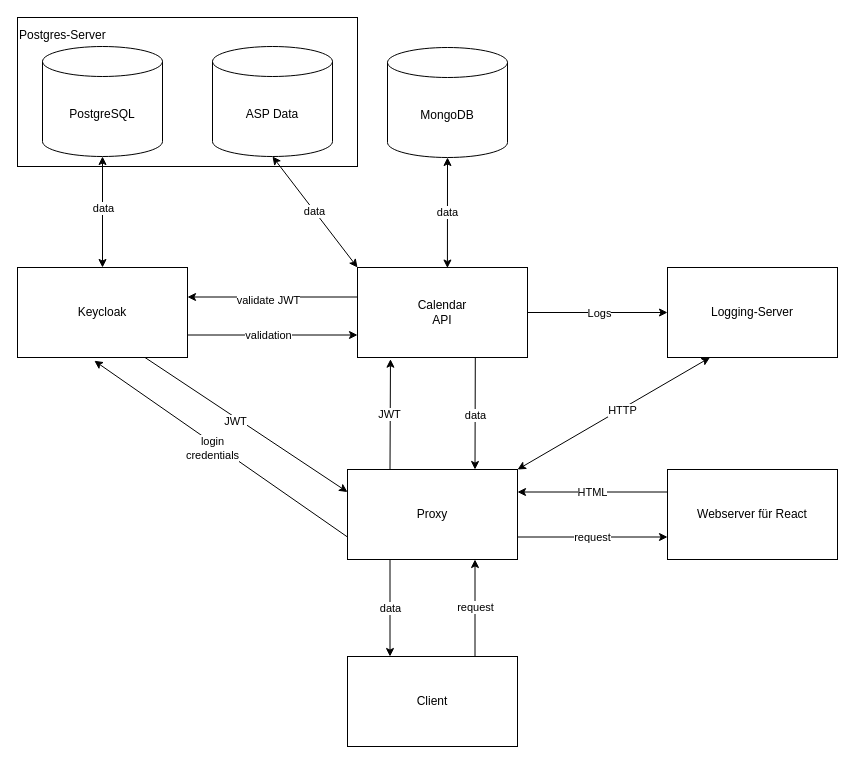
Before: docu/diagrams/LectureCalendarComponentDiagram.drawio in mhummel-artiso/lecture-calendar, a draw.io diagram. Source tidied: cells renumbered, new cells numbered last; positions are measured from the earlier drawing's top-left corner, leaving out a move shared by most shapes. Both pictures are drawn from the tidied source at 100%, with x=0, y=0 at pixel (17, 17).
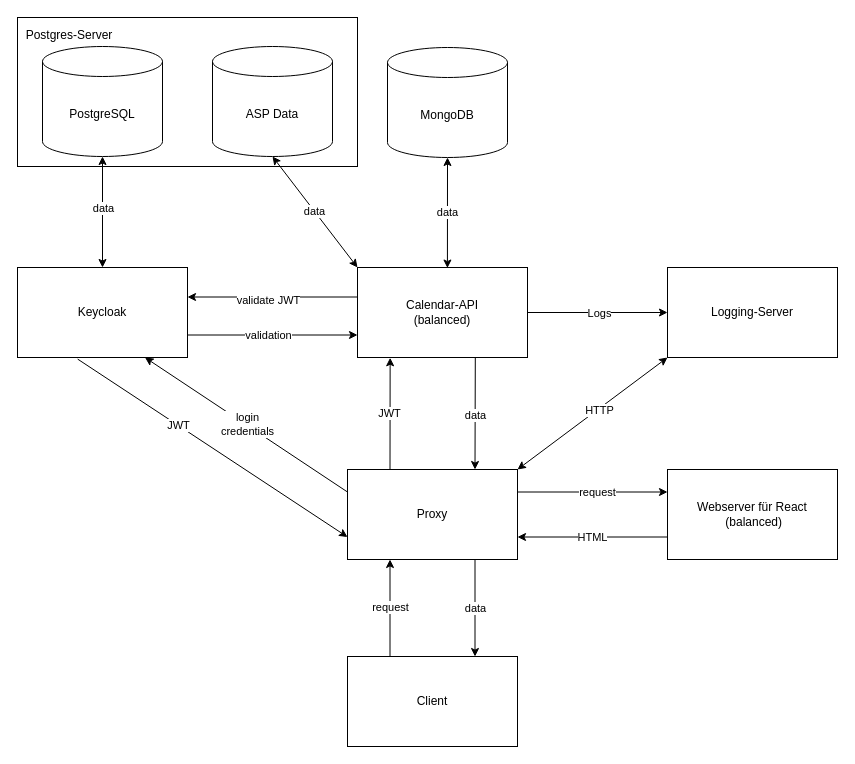
Above is the later version.

Commit message:
Component diagram edited

Unchanged cells that the change refers to:
```xml
<mxCell id="20" value="Keycloak" style="rounded=0;whiteSpace=wrap;html=1;" parent="1" vertex="1">
  <mxGeometry y="250" width="170" height="90" as="geometry" />
</mxCell>
<mxCell id="27" value="Proxy" style="rounded=0;whiteSpace=wrap;html=1;" parent="1" vertex="1">
  <mxGeometry x="330" y="452" width="170" height="90" as="geometry" />
</mxCell>
<mxCell id="30" value="Logging-Server" style="rounded=0;whiteSpace=wrap;html=1;" parent="1" vertex="1">
  <mxGeometry x="650" y="250" width="170" height="90" as="geometry" />
</mxCell>
<mxCell id="33" value="Client" style="rounded=0;whiteSpace=wrap;html=1;" parent="1" vertex="1">
  <mxGeometry x="330" y="639" width="170" height="90" as="geometry" />
</mxCell>
```

What changed in the source:
```diff
@@
-    <mxCell id="2" value="Postgres-Server&lt;br&gt;&lt;br&gt;&lt;br&gt;&lt;br&gt;&lt;br&gt;&lt;br&gt;&lt;br&gt;&lt;br&gt;&lt;br&gt;" style="rounded=0;whiteSpace=wrap;html=1;align=left;" parent="1" vertex="1">
+    <mxCell id="2" value="&amp;nbsp; Postgres-Server&lt;br&gt;&lt;br&gt;&lt;br&gt;&lt;br&gt;&lt;br&gt;&lt;br&gt;&lt;br&gt;&lt;br&gt;&lt;br&gt;" style="rounded=0;whiteSpace=wrap;html=1;align=left;" parent="1" vertex="1">
       <mxGeometry width="340" height="149" as="geometry" />
     </mxCell>
@@
-    <mxCell id="13" value="Calendar&lt;br&gt;API" style="rounded=0;whiteSpace=wrap;html=1;" parent="1" vertex="1">
+    <mxCell id="13" value="Calendar-API &lt;br&gt;(balanced)" style="rounded=0;whiteSpace=wrap;html=1;" parent="1" vertex="1">
       <mxGeometry x="340" y="250" width="170" height="90" as="geometry" />
     </mxCell>
@@
-    <mxCell id="16" style="edgeStyle=none;shape=connector;rounded=0;jettySize=auto;html=1;exitX=0.75;exitY=1;exitDx=0;exitDy=0;labelBackgroundColor=default;strokeColor=default;fontFamily=Helvetica;fontSize=11;fontColor=default;endArrow=classic;entryX=0;entryY=0.25;entryDx=0;entryDy=0;" parent="1" edge="1" source="20" target="27">
+    <mxCell id="16" style="edgeStyle=none;shape=connector;rounded=0;jettySize=auto;html=1;exitX=0.354;exitY=1.018;exitDx=0;exitDy=0;labelBackgroundColor=default;strokeColor=default;fontFamily=Helvetica;fontSize=11;fontColor=default;endArrow=classic;entryX=0;entryY=0.75;entryDx=0;entryDy=0;exitPerimeter=0;" parent="1" edge="1" source="20" target="27">
       <mxGeometry relative="1" as="geometry" />
     </mxCell>
     <mxCell id="17" value="JWT" style="edgeLabel;html=1;align=center;verticalAlign=middle;fontSize=11;fontFamily=Helvetica;fontColor=default;" parent="16" vertex="1">
       <mxGeometry x="-0.26" y="-3" relative="1" as="geometry">
-        <mxPoint x="17" y="11" as="offset" />
+        <mxPoint x="2" y="-3" as="offset" />
       </mxGeometry>
     </mxCell>
@@
-    <mxCell id="21" style="rounded=0;jettySize=auto;html=1;entryX=0.452;entryY=1.036;entryDx=0;entryDy=0;exitX=0;exitY=0.75;exitDx=0;exitDy=0;entryPerimeter=0;" parent="1" edge="1" source="27" target="20">
+    <mxCell id="21" style="rounded=0;jettySize=auto;html=1;entryX=0.75;entryY=1;entryDx=0;entryDy=0;exitX=0;exitY=0.25;exitDx=0;exitDy=0;" parent="1" edge="1" source="27" target="20">
       <mxGeometry relative="1" as="geometry" />
     </mxCell>
     <mxCell id="22" value="login&lt;br&gt;credentials" style="edgeLabel;html=1;align=center;verticalAlign=middle;fontSize=11;fontFamily=Helvetica;fontColor=default;" parent="21" vertex="1">
       <mxGeometry x="0.03" y="-2" relative="1" as="geometry">
-        <mxPoint x="-6" y="3" as="offset" />
+        <mxPoint x="3" y="3" as="offset" />
       </mxGeometry>
     </mxCell>
-    <mxCell id="23" style="edgeStyle=none;shape=connector;rounded=0;jettySize=auto;html=1;entryX=0.194;entryY=1.019;entryDx=0;entryDy=0;labelBackgroundColor=default;strokeColor=default;fontFamily=Helvetica;fontSize=11;fontColor=default;endArrow=classic;entryPerimeter=0;exitX=0.25;exitY=0;exitDx=0;exitDy=0;" parent="1" edge="1" source="27" target="13">
+    <mxCell id="23" style="edgeStyle=none;shape=connector;rounded=0;jettySize=auto;html=1;entryX=0.192;entryY=1.003;entryDx=0;entryDy=0;labelBackgroundColor=default;strokeColor=default;fontFamily=Helvetica;fontSize=11;fontColor=default;endArrow=classic;entryPerimeter=0;exitX=0.25;exitY=0;exitDx=0;exitDy=0;" parent="1" edge="1" source="27" target="13">
       <mxGeometry relative="1" as="geometry" />
     </mxCell>
@@
-    <mxCell id="25" value="data" style="edgeStyle=none;html=1;exitX=0.25;exitY=1;exitDx=0;exitDy=0;entryX=0.25;entryY=0;entryDx=0;entryDy=0;" parent="1" edge="1" source="27" target="33">
+    <mxCell id="25" value="data" style="edgeStyle=none;html=1;exitX=0.75;exitY=1;exitDx=0;exitDy=0;entryX=0.75;entryY=0;entryDx=0;entryDy=0;" parent="1" edge="1" source="27" target="33">
       <mxGeometry relative="1" as="geometry" />
     </mxCell>
-    <mxCell id="26" value="request" style="edgeStyle=none;html=1;exitX=1;exitY=0.75;exitDx=0;exitDy=0;entryX=0;entryY=0.75;entryDx=0;entryDy=0;" parent="1" edge="1" source="27" target="35">
-      <mxGeometry relative="1" as="geometry" />
+    <mxCell id="26" value="request" style="edgeStyle=none;html=1;exitX=1;exitY=0.25;exitDx=0;exitDy=0;entryX=0;entryY=0.25;entryDx=0;entryDy=0;" parent="1" edge="1" source="27" target="35">
+      <mxGeometry x="0.07" relative="1" as="geometry" />
     </mxCell>
@@
-    <mxCell id="28" style="edgeStyle=none;html=1;exitX=0.25;exitY=1;exitDx=0;exitDy=0;startArrow=classic;startFill=1;endArrow=classic;endFill=1;entryX=1;entryY=0;entryDx=0;entryDy=0;" parent="1" edge="1" source="30" target="27">
+    <mxCell id="28" style="edgeStyle=none;html=1;exitX=0;exitY=1;exitDx=0;exitDy=0;startArrow=classic;startFill=1;endArrow=classic;endFill=1;entryX=1;entryY=0;entryDx=0;entryDy=0;" parent="1" edge="1" source="30" target="27">
       <mxGeometry relative="1" as="geometry" />
     </mxCell>
@@
-    <mxCell id="32" value="request" style="edgeStyle=none;html=1;exitX=0.75;exitY=0;exitDx=0;exitDy=0;entryX=0.75;entryY=1;entryDx=0;entryDy=0;" parent="1" edge="1" source="33" target="27">
+    <mxCell id="32" value="request" style="edgeStyle=none;html=1;exitX=0.25;exitY=0;exitDx=0;exitDy=0;entryX=0.25;entryY=1;entryDx=0;entryDy=0;" parent="1" edge="1" source="33" target="27">
       <mxGeometry relative="1" as="geometry" />
     </mxCell>
@@
-    <mxCell id="34" value="HTML" style="edgeStyle=none;html=1;exitX=0;exitY=0.25;exitDx=0;exitDy=0;entryX=1;entryY=0.25;entryDx=0;entryDy=0;" parent="1" edge="1" source="35" target="27">
+    <mxCell id="34" value="HTML" style="edgeStyle=none;html=1;exitX=0;exitY=0.75;exitDx=0;exitDy=0;entryX=1;entryY=0.75;entryDx=0;entryDy=0;" parent="1" edge="1" source="35" target="27">
       <mxGeometry relative="1" as="geometry" />
     </mxCell>
-    <mxCell id="35" value="Webserver für React" style="rounded=0;whiteSpace=wrap;html=1;" parent="1" vertex="1">
+    <mxCell id="35" value="Webserver für React&lt;br&gt;&amp;nbsp;(balanced)" style="rounded=0;whiteSpace=wrap;html=1;" parent="1" vertex="1">
       <mxGeometry x="650" y="452" width="170" height="90" as="geometry" />
     </mxCell>
```
